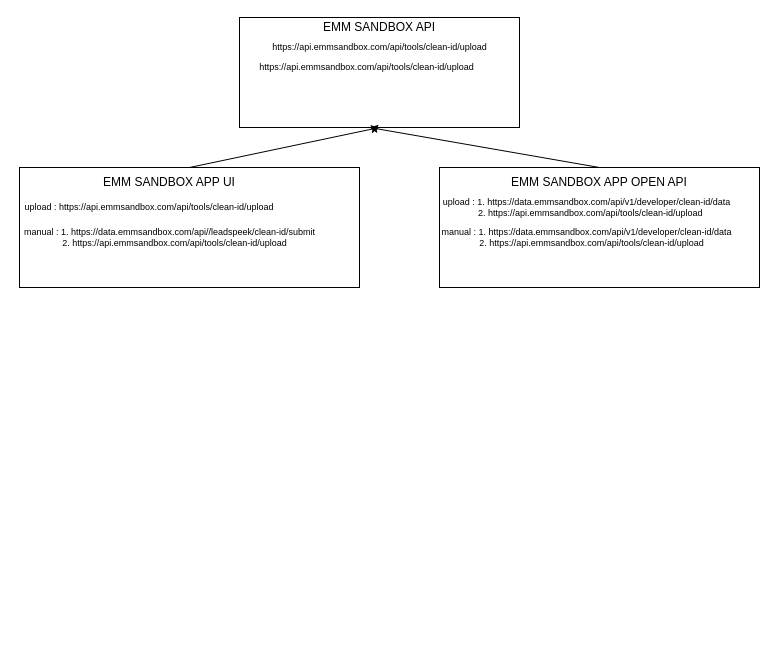
Before: Drawio/clean-id.drawio in Feyfa/dokumen-kerja-zovatech, a draw.io diagram. Source tidied: cells renumbered, new cells numbered last; positions are measured from the earlier drawing's top-left corner, leaving out a move shared by most shapes. Both pictures are drawn from the tidied source at 100%, with x=0, y=0 at pixel (16, 17).
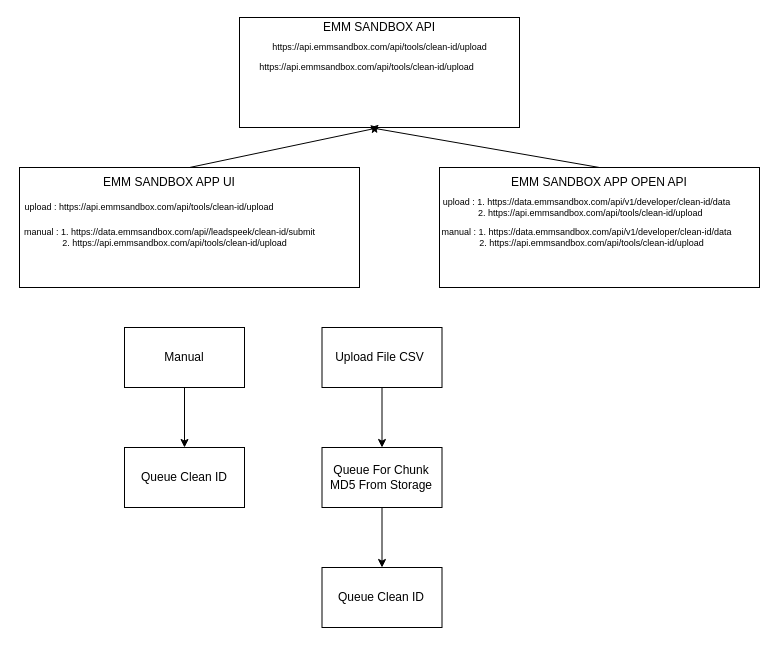
The same diagram, later.

Change to the diagram source:
```diff
@@
+    <mxCell id="16" style="rounded=0;whiteSpace=wrap;html=1;" parent="1" vertex="1">
+      <mxGeometry x="108" y="310" width="120" height="60" as="geometry" />
+    </mxCell>
+    <mxCell id="17" value="Manual" style="text;html=1;align=center;verticalAlign=middle;whiteSpace=wrap;rounded=0;" parent="1" vertex="1">
+      <mxGeometry x="138" y="325" width="60" height="30" as="geometry" />
+    </mxCell>
+    <mxCell id="18" style="rounded=0;whiteSpace=wrap;html=1;" parent="1" vertex="1">
+      <mxGeometry x="108" y="430" width="120" height="60" as="geometry" />
+    </mxCell>
+    <mxCell id="19" value="Queue Clean ID" style="text;html=1;align=center;verticalAlign=middle;whiteSpace=wrap;rounded=0;" parent="1" vertex="1">
+      <mxGeometry x="123" y="445" width="90" height="30" as="geometry" />
+    </mxCell>
+    <mxCell id="20" style="endArrow=classic;html=1;exitX=0.5;exitY=1;exitDx=0;exitDy=0;entryX=0.5;entryY=0;entryDx=0;entryDy=0;" parent="1" edge="1" source="16" target="18">
+      <mxGeometry relative="1" as="geometry" />
+    </mxCell>
+    <mxCell id="21" style="rounded=0;whiteSpace=wrap;html=1;" parent="1" vertex="1">
+      <mxGeometry x="305.5" y="310" width="120" height="60" as="geometry" />
+    </mxCell>
+    <mxCell id="22" value="Upload File CSV" style="text;html=1;align=center;verticalAlign=middle;whiteSpace=wrap;rounded=0;" parent="1" vertex="1">
+      <mxGeometry x="316.8" y="325" width="92.5" height="30" as="geometry" />
+    </mxCell>
+    <mxCell id="23" style="rounded=0;whiteSpace=wrap;html=1;" parent="1" vertex="1">
+      <mxGeometry x="305.5" y="430" width="120" height="60" as="geometry" />
+    </mxCell>
+    <mxCell id="24" value="Queue For Chunk MD5 From Storage" style="text;html=1;align=center;verticalAlign=middle;whiteSpace=wrap;rounded=0;" parent="1" vertex="1">
+      <mxGeometry x="305.5" y="445" width="117.5" height="30" as="geometry" />
+    </mxCell>
+    <mxCell id="25" style="endArrow=classic;html=1;exitX=0.5;exitY=1;exitDx=0;exitDy=0;entryX=0.5;entryY=0;entryDx=0;entryDy=0;" parent="1" edge="1" source="21" target="23">
+      <mxGeometry relative="1" as="geometry" />
+    </mxCell>
+    <mxCell id="26" style="rounded=0;whiteSpace=wrap;html=1;" parent="1" vertex="1">
+      <mxGeometry x="305.5" y="550" width="120" height="60" as="geometry" />
+    </mxCell>
+    <mxCell id="27" value="&lt;span style=&quot;color: rgb(0, 0, 0);&quot;&gt;Queue Clean ID&lt;/span&gt;" style="text;html=1;align=center;verticalAlign=middle;whiteSpace=wrap;rounded=0;" parent="1" vertex="1">
+      <mxGeometry x="305.5" y="565" width="117.5" height="30" as="geometry" />
+    </mxCell>
+    <mxCell id="28" style="endArrow=classic;html=1;exitX=0.5;exitY=1;exitDx=0;exitDy=0;entryX=0.5;entryY=0;entryDx=0;entryDy=0;" parent="1" edge="1" source="23" target="26">
+      <mxGeometry relative="1" as="geometry" />
+    </mxCell>
```
